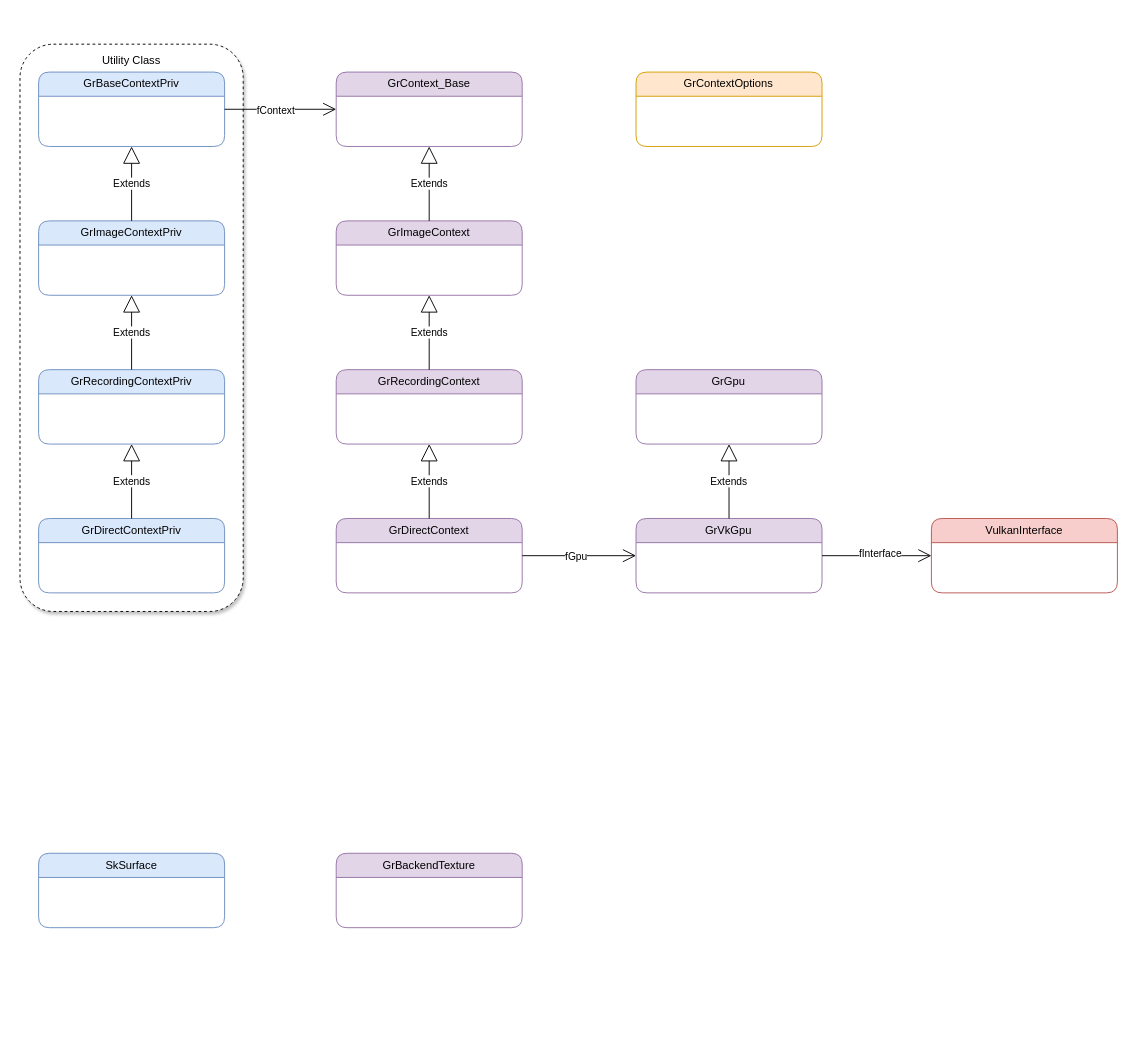
The draw.io diagram page "Skia_Ganesh" (10 of 11) of Android Graphics.drawio in Kaling1203/Diagram, before the edit. Source tidied: cells renumbered, new cells numbered last; positions are measured from the earlier drawing's top-left corner, leaving out a move shared by most shapes. Both pictures are drawn from the tidied source at 93%, with x=0, y=0 at pixel (20, 44).
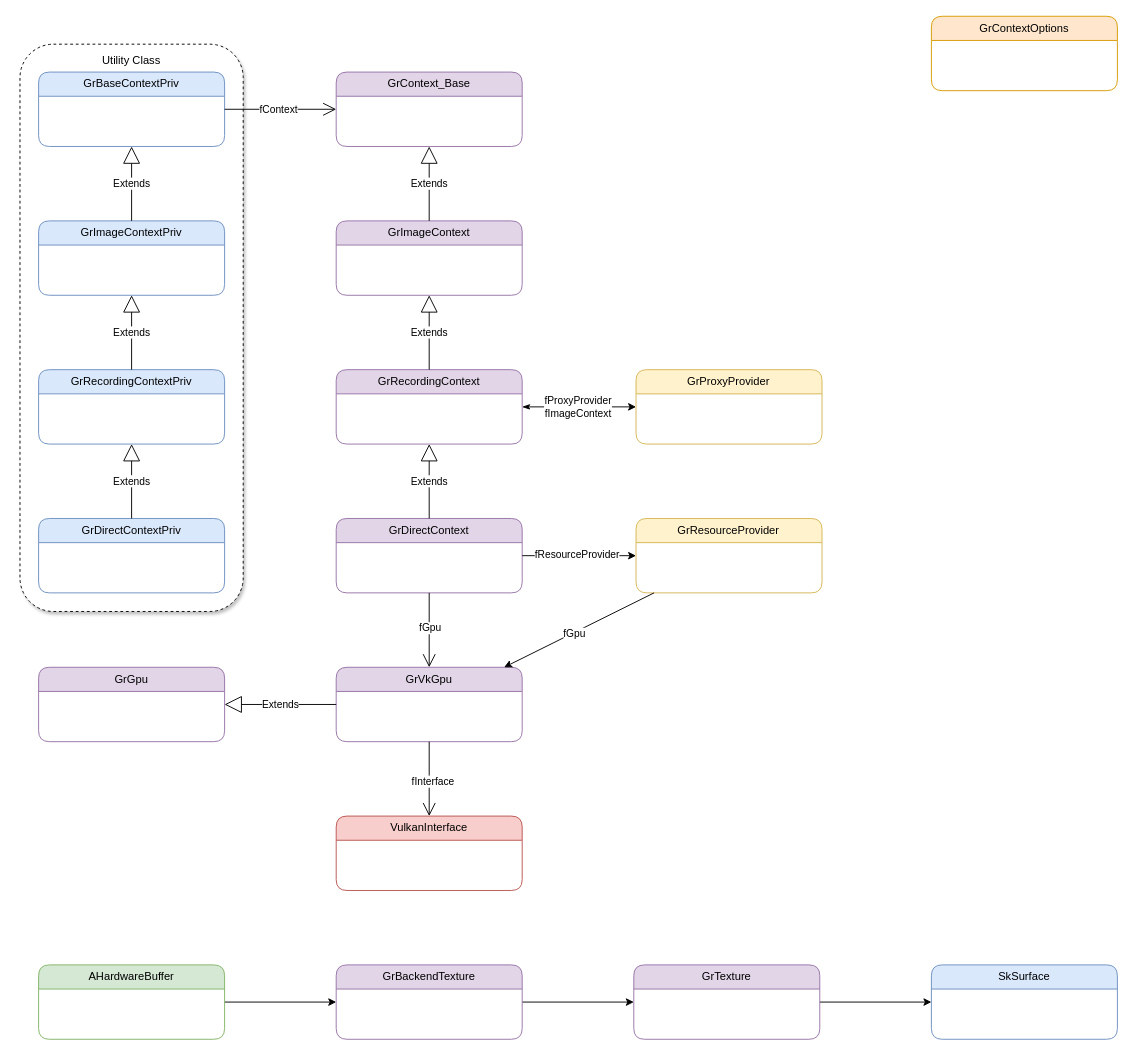
The same page after the edit.

Unchanged cells that the change refers to:
```xml
<mxCell id="5" value="GrRecordingContext" style="swimlane;fontStyle=0;horizontal=1;startSize=26;fillColor=#e1d5e7;whiteSpace=wrap;html=1;rounded=1;strokeColor=#9673a6;" parent="1" vertex="1">
  <mxGeometry x="340" y="350" width="200" height="80" as="geometry" />
</mxCell>
<mxCell id="6" value="GrDirectContext" style="swimlane;fontStyle=0;horizontal=1;startSize=26;fillColor=#e1d5e7;whiteSpace=wrap;html=1;rounded=1;strokeColor=#9673a6;" parent="1" vertex="1">
  <mxGeometry x="340" y="510" width="200" height="80" as="geometry" />
</mxCell>
<mxCell id="24" style="endArrow=open;endFill=1;endSize=12;html=1;rounded=0;" parent="1" edge="1" source="10" target="3">
  <mxGeometry relative="1" as="geometry" />
</mxCell>
```

Change to the diagram source:
```diff
@@
     <mxCell id="17" value="GrContextOptions" style="swimlane;fontStyle=0;horizontal=1;startSize=26;fillColor=#ffe6cc;whiteSpace=wrap;html=1;rounded=1;strokeColor=#d79b00;" parent="1" vertex="1">
-      <mxGeometry x="662.4" y="30" width="200" height="80" as="geometry" />
+      <mxGeometry x="980" y="-30" width="200" height="80" as="geometry" />
     </mxCell>
     <mxCell id="18" value="GrGpu" style="swimlane;fontStyle=0;horizontal=1;startSize=26;fillColor=#e1d5e7;whiteSpace=wrap;html=1;rounded=1;strokeColor=#9673a6;" parent="1" vertex="1">
-      <mxGeometry x="662.4" y="350" width="200" height="80" as="geometry" />
+      <mxGeometry x="20" y="670" width="200" height="80" as="geometry" />
     </mxCell>
     <mxCell id="19" value="GrVkGpu" style="swimlane;fontStyle=0;horizontal=1;startSize=26;fillColor=#e1d5e7;whiteSpace=wrap;html=1;rounded=1;strokeColor=#9673a6;" parent="1" vertex="1">
-      <mxGeometry x="662.4" y="510" width="200" height="80" as="geometry" />
+      <mxGeometry x="340" y="670" width="200" height="80" as="geometry" />
     </mxCell>
@@
     <mxCell id="23" value="VulkanInterface" style="swimlane;fontStyle=0;horizontal=1;startSize=26;fillColor=#f8cecc;whiteSpace=wrap;html=1;rounded=1;strokeColor=#b85450;" parent="1" vertex="1">
-      <mxGeometry x="980" y="510" width="200" height="80" as="geometry" />
+      <mxGeometry x="340" y="830" width="200" height="80" as="geometry" />
     </mxCell>
@@
     <mxCell id="25" value="fContext" style="edgeLabel;html=1;align=center;verticalAlign=middle;" parent="24" vertex="1">
       <mxGeometry x="-0.12" y="-2" relative="1" as="geometry">
-        <mxPoint x="1" y="-1" as="offset" />
+        <mxPoint x="4" y="-2" as="offset" />
       </mxGeometry>
     </mxCell>
@@
     <mxCell id="28" value="SkSurface" style="swimlane;fontStyle=0;horizontal=1;startSize=26;fillColor=#dae8fc;whiteSpace=wrap;html=1;rounded=1;strokeColor=#6c8ebf;" parent="1" vertex="1">
-      <mxGeometry x="20" y="870" width="200" height="80" as="geometry" />
+      <mxGeometry x="980" y="990" width="200" height="80" as="geometry" />
     </mxCell>
+    <mxCell id="30" style="edgeStyle=orthogonalEdgeStyle;rounded=0;jettySize=auto;html=1;" parent="1" edge="1" source="29" target="40">
+      <mxGeometry relative="1" as="geometry" />
+    </mxCell>
     <mxCell id="29" value="GrBackendTexture" style="swimlane;fontStyle=0;horizontal=1;startSize=26;fillColor=#e1d5e7;whiteSpace=wrap;html=1;rounded=1;strokeColor=#9673a6;" parent="1" vertex="1">
-      <mxGeometry x="340" y="870" width="200" height="80" as="geometry" />
+      <mxGeometry x="340" y="990" width="200" height="80" as="geometry" />
     </mxCell>
+    <mxCell id="31" value="GrProxyProvider" style="swimlane;fontStyle=0;horizontal=1;startSize=26;fillColor=#fff2cc;whiteSpace=wrap;html=1;rounded=1;strokeColor=#d6b656;" parent="1" vertex="1">
+      <mxGeometry x="662.4" y="350" width="200" height="80" as="geometry" />
+    </mxCell>
+    <mxCell id="32" style="endArrow=classic;html=1;rounded=0;startArrow=classicThin;startFill=1;" parent="1" edge="1" source="5" target="31">
+      <mxGeometry relative="1" as="geometry" />
+    </mxCell>
+    <mxCell id="33" value="fProxyProvider&lt;div&gt;fImageContext&lt;/div&gt;" style="edgeLabel;html=1;align=center;verticalAlign=middle;" parent="32" vertex="1">
+      <mxGeometry x="-0.12" y="3" relative="1" as="geometry">
+        <mxPoint x="5" y="2" as="offset" />
+      </mxGeometry>
+    </mxCell>
+    <mxCell id="34" value="GrResourceProvider" style="swimlane;fontStyle=0;horizontal=1;startSize=26;fillColor=#fff2cc;whiteSpace=wrap;html=1;rounded=1;strokeColor=#d6b656;" parent="1" vertex="1">
+      <mxGeometry x="662.4" y="510" width="200" height="80" as="geometry" />
+    </mxCell>
+    <mxCell id="35" style="endArrow=classic;html=1;rounded=0;" parent="1" edge="1" source="6" target="34">
+      <mxGeometry relative="1" as="geometry" />
+    </mxCell>
+    <mxCell id="36" value="fResourceProvider" style="edgeLabel;html=1;align=center;verticalAlign=middle;" parent="35" vertex="1">
+      <mxGeometry x="0.06" y="5" relative="1" as="geometry">
+        <mxPoint x="-7" y="3" as="offset" />
+      </mxGeometry>
+    </mxCell>
+    <mxCell id="37" style="endArrow=classic;html=1;rounded=0;" parent="1" edge="1" source="34" target="19">
+      <mxGeometry relative="1" as="geometry" />
+    </mxCell>
+    <mxCell id="38" value="fGpu" style="edgeLabel;html=1;align=center;verticalAlign=middle;" parent="37" vertex="1">
+      <mxGeometry x="0.08" relative="1" as="geometry">
+        <mxPoint x="1" as="offset" />
+      </mxGeometry>
+    </mxCell>
+    <mxCell id="39" style="edgeStyle=orthogonalEdgeStyle;rounded=0;jettySize=auto;html=1;" parent="1" edge="1" source="40" target="28">
+      <mxGeometry relative="1" as="geometry" />
+    </mxCell>
+    <mxCell id="40" value="GrTexture" style="swimlane;fontStyle=0;horizontal=1;startSize=26;fillColor=#e1d5e7;whiteSpace=wrap;html=1;rounded=1;strokeColor=#9673a6;" parent="1" vertex="1">
+      <mxGeometry x="660" y="990" width="200" height="80" as="geometry" />
+    </mxCell>
+    <mxCell id="41" style="edgeStyle=orthogonalEdgeStyle;rounded=0;jettySize=auto;html=1;exitX=1;exitY=0.5;exitDx=0;exitDy=0;" parent="1" edge="1" source="42" target="29">
+      <mxGeometry relative="1" as="geometry" />
+    </mxCell>
+    <mxCell id="42" value="AHardwareBuffer" style="swimlane;fontStyle=0;horizontal=1;startSize=26;fillColor=#d5e8d4;whiteSpace=wrap;html=1;rounded=1;strokeColor=#82b366;" parent="1" vertex="1">
+      <mxGeometry x="20" y="990" width="200" height="80" as="geometry" />
+    </mxCell>
```
